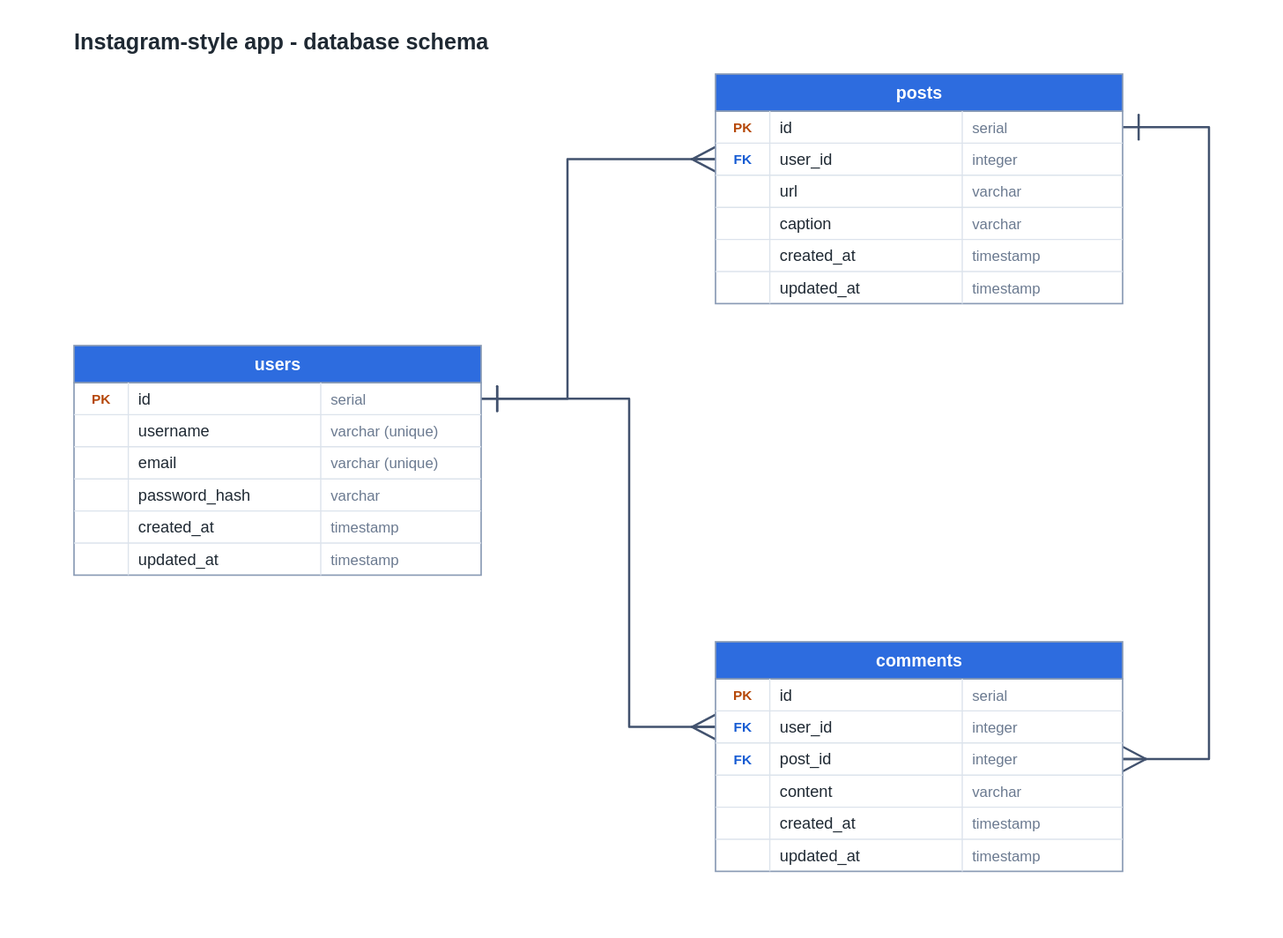
Earlier version of the draw.io export docs/schema.drawio.svg (rehmanhaseeb2345-bit/SQL-Practice). Source tidied: cells renumbered, new cells last; positions are measured from the earlier drawing's top-left corner, leaving out a move shared by most shapes.
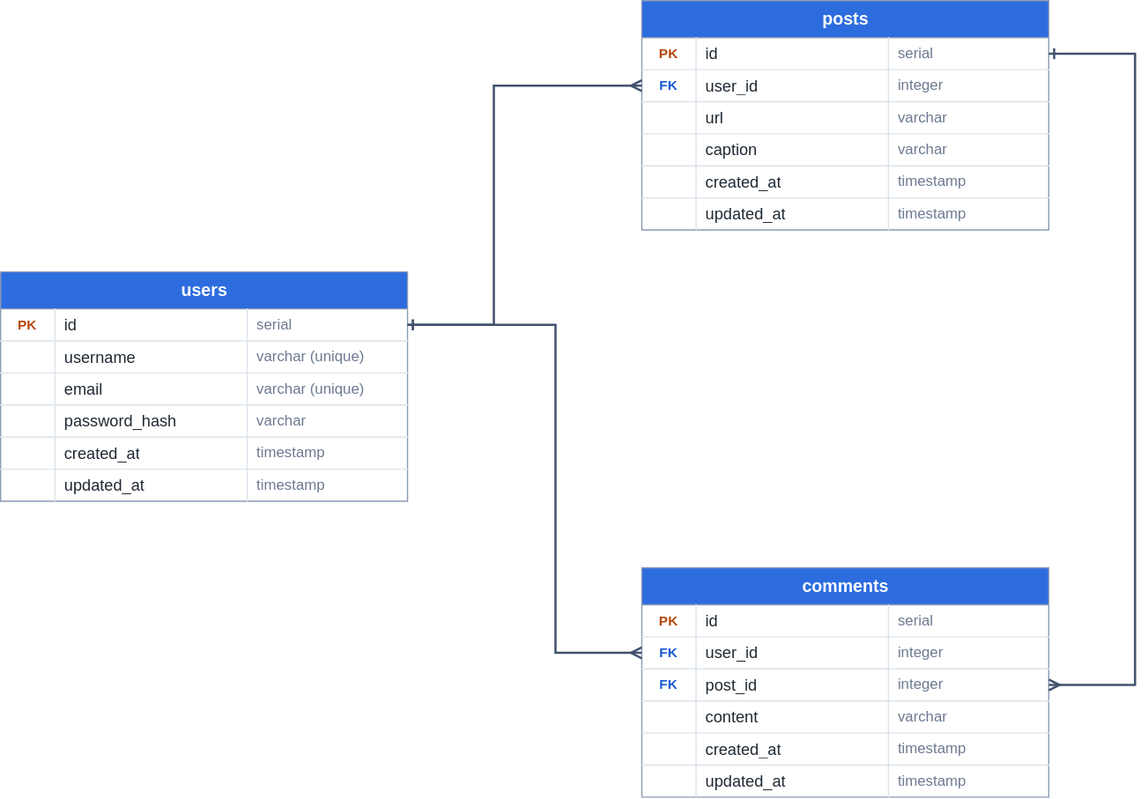
After the commit.

The edit, as a diff of the source:
```diff
@@ -2,9 +2,6 @@
   <root>
     <mxCell id="0" />
     <mxCell id="1" parent="0" />
-    <mxCell id="2" value="Instagram-style app - database schema" style="text;html=1;align=left;verticalAlign=middle;fontSize=18;fontStyle=1;fontColor=#1F2933;" parent="1" vertex="1">
-      <mxGeometry width="440" height="30" as="geometry" />
-    </mxCell>
     <mxCell id="3" value="users" style="shape=table;startSize=30;rowLines=0;columnLines=0;html=1;align=center;fontStyle=1;fontSize=14;fontColor=#FFFFFF;fillColor=#2D6CDF;swimlaneFillColor=#FFFFFF;strokeColor=#8A9BB5;" parent="1" vertex="1">
       <mxGeometry y="260" width="330" height="186" as="geometry" />
     </mxCell>
```
